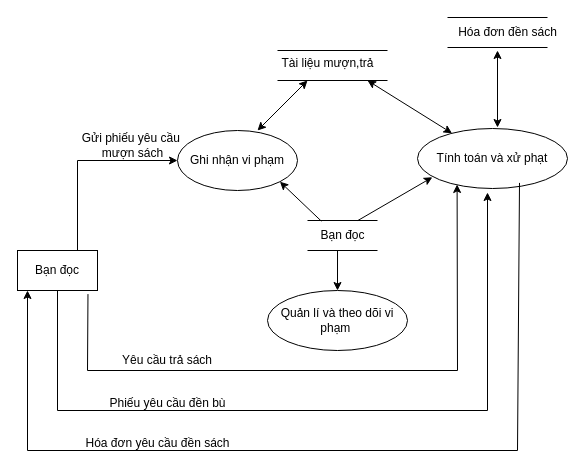
The draw.io diagram page "sơ đồ mức dưới đỉnh quản lí vi phạm và phạt" (8 of 8) of Đồ án nhóm 1.drawio in Nguyenquynh235/DoAnNhom1, before the edit. Source tidied: cells renumbered, new cells numbered last; positions are measured from the earlier drawing's top-left corner, leaving out a move shared by most shapes. Both pictures are drawn from the tidied source at 100%, with x=0, y=0 at pixel (17, 17).
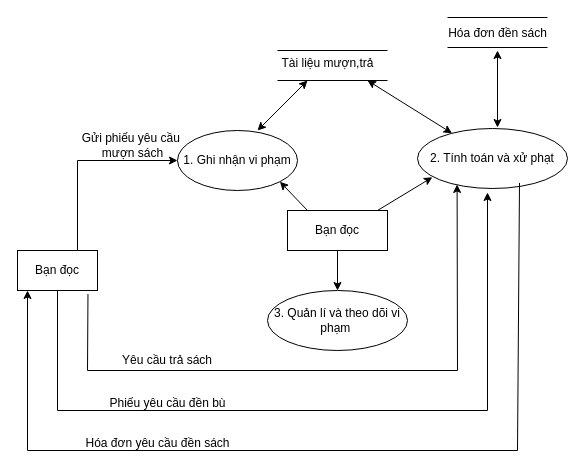
Above is the later version.

What changed in the source:
```diff
@@
-    <mxCell id="3" value="Quản lí và theo dõi vi phạm&amp;nbsp;" style="ellipse;whiteSpace=wrap;html=1;" parent="1" vertex="1">
+    <mxCell id="3" value="3. Quản lí và theo dõi vi phạm&amp;nbsp;" style="ellipse;whiteSpace=wrap;html=1;" parent="1" vertex="1">
       <mxGeometry x="250" y="273" width="140" height="60" as="geometry" />
     </mxCell>
-    <mxCell id="4" value="Tính toán và xử phạt" style="ellipse;whiteSpace=wrap;html=1;" parent="1" vertex="1">
+    <mxCell id="4" value="2. Tính toán và xử phạt" style="ellipse;whiteSpace=wrap;html=1;" parent="1" vertex="1">
       <mxGeometry x="400" y="111" width="150" height="60" as="geometry" />
     </mxCell>
-    <mxCell id="5" value="Ghi nhận vi phạm" style="ellipse;whiteSpace=wrap;html=1;" parent="1" vertex="1">
+    <mxCell id="5" value="1. Ghi nhận vi phạm" style="ellipse;whiteSpace=wrap;html=1;" parent="1" vertex="1">
       <mxGeometry x="160" y="113" width="120" height="60" as="geometry" />
     </mxCell>
-    <mxCell id="6" style="endArrow=none;html=1;rounded=0;" parent="1" edge="1">
-      <mxGeometry relative="1" as="geometry">
-        <mxPoint x="360" y="203" as="sourcePoint" />
-        <mxPoint x="290" y="203" as="targetPoint" />
-      </mxGeometry>
-    </mxCell>
-    <mxCell id="7" style="endArrow=none;html=1;rounded=0;" parent="1" edge="1">
-      <mxGeometry relative="1" as="geometry">
-        <mxPoint x="360" y="233" as="sourcePoint" />
-        <mxPoint x="290" y="233" as="targetPoint" />
-      </mxGeometry>
-    </mxCell>
-    <mxCell id="8" value="Bạn đọc" style="text;html=1;align=center;verticalAlign=middle;points=[];strokeColor=none;fillColor=none;" parent="1" vertex="1">
-      <mxGeometry x="290" y="203" width="70" height="30" as="geometry" />
-    </mxCell>
@@
     <mxCell id="14" value="Hóa đơn đền sách" style="text;html=1;align=center;verticalAlign=middle;strokeColor=none;fillColor=none;" parent="1" vertex="1">
-      <mxGeometry x="430" width="120" height="30" as="geometry" />
+      <mxGeometry x="420" y="1" width="120" height="30" as="geometry" />
     </mxCell>
@@
-    <mxCell id="18" style="endArrow=classic;html=1;rounded=0;exitX=0.198;exitY=0.022;exitDx=0;exitDy=0;exitPerimeter=0;entryX=1;entryY=1;entryDx=0;entryDy=0;" parent="1" edge="1" source="8" target="5">
-      <mxGeometry relative="1" as="geometry" />
+    <mxCell id="18" style="endArrow=classic;html=1;rounded=0;entryX=1;entryY=1;entryDx=0;entryDy=0;" parent="1" edge="1" target="5">
+      <mxGeometry relative="1" as="geometry">
+        <mxPoint x="290" y="193" as="sourcePoint" />
+      </mxGeometry>
     </mxCell>
-    <mxCell id="19" style="endArrow=classic;html=1;rounded=0;exitX=0.72;exitY=0;exitDx=0;exitDy=0;exitPerimeter=0;entryX=0.099;entryY=0.813;entryDx=0;entryDy=0;entryPerimeter=0;" parent="1" edge="1" source="8" target="4">
-      <mxGeometry relative="1" as="geometry" />
+    <mxCell id="19" style="endArrow=classic;html=1;rounded=0;entryX=0.099;entryY=0.813;entryDx=0;entryDy=0;entryPerimeter=0;" parent="1" edge="1" target="4">
+      <mxGeometry relative="1" as="geometry">
+        <mxPoint x="360" y="193" as="sourcePoint" />
+      </mxGeometry>
     </mxCell>
-    <mxCell id="20" style="endArrow=classic;html=1;rounded=0;exitX=0.429;exitY=1;exitDx=0;exitDy=0;exitPerimeter=0;" parent="1" edge="1" source="8">
+    <mxCell id="20" style="endArrow=classic;html=1;rounded=0;exitX=0.429;exitY=1;exitDx=0;exitDy=0;exitPerimeter=0;" parent="1" edge="1">
       <mxGeometry relative="1" as="geometry">
+        <mxPoint x="320" y="233" as="sourcePoint" />
         <mxPoint x="320" y="273" as="targetPoint" />
       </mxGeometry>
     </mxCell>
@@
+    <mxCell id="8" value="Bạn đọc" style="rounded=0;whiteSpace=wrap;html=1;" parent="1" vertex="1">
+      <mxGeometry x="270" y="193" width="100" height="40" as="geometry" />
+    </mxCell>
```
